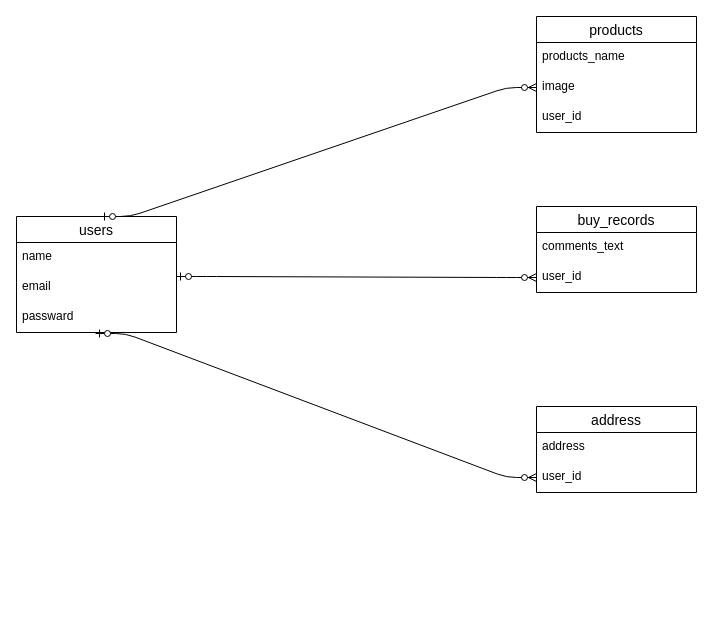
The draw.io diagram er.dio in yumetokibou/furima-33370, before the edit. Source tidied: cells renumbered, new cells numbered last; positions are measured from the earlier drawing's top-left corner, leaving out a move shared by most shapes. Both pictures are drawn from the tidied source at 100%, with x=0, y=0 at pixel (16, 16).
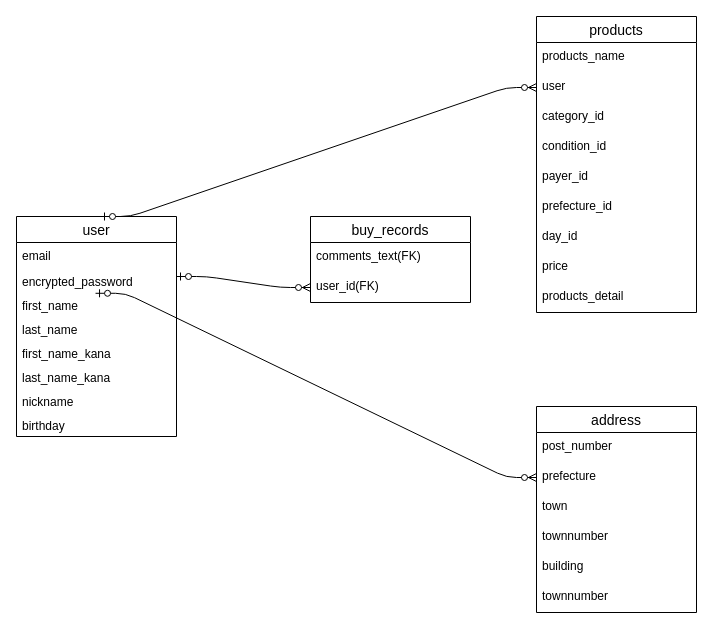
Above is the later version.

Change to the diagram source:
```diff
@@
-    <mxCell id="2" value="users" style="swimlane;fontStyle=0;horizontal=1;startSize=26;align=center;fontSize=14;" parent="1" vertex="1">
-      <mxGeometry y="200" width="160" height="116" as="geometry" />
+    <mxCell id="2" value="user" style="swimlane;fontStyle=0;horizontal=1;startSize=26;align=center;fontSize=14;" parent="1" vertex="1">
+      <mxGeometry y="200" width="160" height="220" as="geometry" />
     </mxCell>
-    <mxCell id="3" value="name" style="text;strokeColor=none;fillColor=none;spacingLeft=4;spacingRight=4;overflow=hidden;fontSize=12;" parent="2" vertex="1">
-      <mxGeometry y="26" width="160" height="30" as="geometry" />
-    </mxCell>
     <mxCell id="4" value="email" style="text;strokeColor=none;fillColor=none;spacingLeft=4;spacingRight=4;overflow=hidden;fontSize=12;" parent="2" vertex="1">
-      <mxGeometry y="56" width="160" height="30" as="geometry" />
+      <mxGeometry y="26" width="160" height="26" as="geometry" />
     </mxCell>
-    <mxCell id="5" value="passward" style="text;strokeColor=none;fillColor=none;spacingLeft=4;spacingRight=4;overflow=hidden;points=[[0,0.5],[1,0.5]];portConstraint=eastwest;fontSize=12;" parent="2" vertex="1">
-      <mxGeometry y="86" width="160" height="30" as="geometry" />
+    <mxCell id="5" value="encrypted_password" style="text;strokeColor=none;fillColor=none;spacingLeft=4;spacingRight=4;overflow=hidden;points=[[0,0.5],[1,0.5]];portConstraint=eastwest;fontSize=12;" parent="2" vertex="1">
+      <mxGeometry y="52" width="160" height="24" as="geometry" />
     </mxCell>
+    <mxCell id="19" value="first_name" style="text;strokeColor=none;fillColor=none;spacingLeft=4;spacingRight=4;overflow=hidden;fontSize=12;" parent="2" vertex="1">
+      <mxGeometry y="76" width="160" height="24" as="geometry" />
+    </mxCell>
+    <mxCell id="20" value="last_name " style="text;strokeColor=none;fillColor=none;spacingLeft=4;spacingRight=4;overflow=hidden;fontSize=12;" parent="2" vertex="1">
+      <mxGeometry y="100" width="160" height="24" as="geometry" />
+    </mxCell>
+    <mxCell id="21" value="first_name_kana" style="text;strokeColor=none;fillColor=none;spacingLeft=4;spacingRight=4;overflow=hidden;fontSize=12;" parent="2" vertex="1">
+      <mxGeometry y="124" width="160" height="24" as="geometry" />
+    </mxCell>
+    <mxCell id="22" value="last_name_kana" style="text;strokeColor=none;fillColor=none;spacingLeft=4;spacingRight=4;overflow=hidden;fontSize=12;" parent="2" vertex="1">
+      <mxGeometry y="148" width="160" height="24" as="geometry" />
+    </mxCell>
+    <mxCell id="23" value="nickname" style="text;strokeColor=none;fillColor=none;spacingLeft=4;spacingRight=4;overflow=hidden;fontSize=12;" parent="2" vertex="1">
+      <mxGeometry y="172" width="160" height="24" as="geometry" />
+    </mxCell>
+    <mxCell id="24" value="birthday" style="text;strokeColor=none;fillColor=none;spacingLeft=4;spacingRight=4;overflow=hidden;fontSize=12;" parent="2" vertex="1">
+      <mxGeometry y="196" width="160" height="24" as="geometry" />
+    </mxCell>
     <mxCell id="6" value="products" style="swimlane;fontStyle=0;horizontal=1;startSize=26;align=center;fontSize=14;" parent="1" vertex="1">
-      <mxGeometry x="520" width="160" height="116" as="geometry" />
+      <mxGeometry x="520" width="160" height="296" as="geometry" />
     </mxCell>
@@
-    <mxCell id="8" value="image" style="text;strokeColor=none;fillColor=none;spacingLeft=4;spacingRight=4;overflow=hidden;fontSize=12;" parent="6" vertex="1">
+    <mxCell id="8" value="user" style="text;strokeColor=none;fillColor=none;spacingLeft=4;spacingRight=4;overflow=hidden;fontSize=12;" parent="6" vertex="1">
       <mxGeometry y="56" width="160" height="30" as="geometry" />
     </mxCell>
-    <mxCell id="9" value="user_id" style="text;strokeColor=none;fillColor=none;spacingLeft=4;spacingRight=4;overflow=hidden;fontSize=12;" parent="6" vertex="1">
-      <mxGeometry y="86" width="160" height="30" as="geometry" />
-    </mxCell>
+    <mxCell id="25" value="category_id " style="text;strokeColor=none;fillColor=none;spacingLeft=4;spacingRight=4;overflow=hidden;fontSize=12;" parent="6" vertex="1">
+      <mxGeometry y="86" width="160" height="30" as="geometry" />
+    </mxCell>
+    <mxCell id="26" value="condition_id" style="text;strokeColor=none;fillColor=none;spacingLeft=4;spacingRight=4;overflow=hidden;fontSize=12;" parent="6" vertex="1">
+      <mxGeometry y="116" width="160" height="30" as="geometry" />
+    </mxCell>
+    <mxCell id="27" value="payer_id" style="text;strokeColor=none;fillColor=none;spacingLeft=4;spacingRight=4;overflow=hidden;fontSize=12;" parent="6" vertex="1">
+      <mxGeometry y="146" width="160" height="30" as="geometry" />
+    </mxCell>
+    <mxCell id="28" value="prefecture_id" style="text;strokeColor=none;fillColor=none;spacingLeft=4;spacingRight=4;overflow=hidden;fontSize=12;" parent="6" vertex="1">
+      <mxGeometry y="176" width="160" height="30" as="geometry" />
+    </mxCell>
+    <mxCell id="29" value="day_id " style="text;strokeColor=none;fillColor=none;spacingLeft=4;spacingRight=4;overflow=hidden;fontSize=12;" parent="6" vertex="1">
+      <mxGeometry y="206" width="160" height="30" as="geometry" />
+    </mxCell>
+    <mxCell id="30" value="price" style="text;strokeColor=none;fillColor=none;spacingLeft=4;spacingRight=4;overflow=hidden;fontSize=12;" parent="6" vertex="1">
+      <mxGeometry y="236" width="160" height="30" as="geometry" />
+    </mxCell>
+    <mxCell id="31" value="products_detail" style="text;strokeColor=none;fillColor=none;spacingLeft=4;spacingRight=4;overflow=hidden;fontSize=12;" parent="6" vertex="1">
+      <mxGeometry y="266" width="160" height="30" as="geometry" />
+    </mxCell>
     <mxCell id="10" value="buy_records" style="swimlane;fontStyle=0;horizontal=1;startSize=26;align=center;fontSize=14;" parent="1" vertex="1">
-      <mxGeometry x="520" y="190" width="160" height="86" as="geometry" />
+      <mxGeometry x="294" y="200" width="160" height="86" as="geometry" />
     </mxCell>
-    <mxCell id="11" value="comments_text" style="text;strokeColor=none;fillColor=none;spacingLeft=4;spacingRight=4;overflow=hidden;fontSize=12;" parent="10" vertex="1">
+    <mxCell id="11" value="comments_text(FK)" style="text;strokeColor=none;fillColor=none;spacingLeft=4;spacingRight=4;overflow=hidden;fontSize=12;" parent="10" vertex="1">
       <mxGeometry y="26" width="160" height="30" as="geometry" />
     </mxCell>
-    <mxCell id="12" value="user_id" style="text;strokeColor=none;fillColor=none;spacingLeft=4;spacingRight=4;overflow=hidden;points=[[0,0.5],[1,0.5]];portConstraint=eastwest;fontSize=12;" parent="10" vertex="1">
+    <mxCell id="12" value="user_id(FK)" style="text;strokeColor=none;fillColor=none;spacingLeft=4;spacingRight=4;overflow=hidden;points=[[0,0.5],[1,0.5]];portConstraint=eastwest;fontSize=12;" parent="10" vertex="1">
       <mxGeometry y="56" width="160" height="30" as="geometry" />
     </mxCell>
     <mxCell id="13" value="address" style="swimlane;fontStyle=0;horizontal=1;startSize=26;align=center;fontSize=14;" parent="1" vertex="1">
-      <mxGeometry x="520" y="390" width="160" height="86" as="geometry" />
+      <mxGeometry x="520" y="390" width="160" height="206" as="geometry" />
     </mxCell>
-    <mxCell id="14" value="address" style="text;strokeColor=none;fillColor=none;spacingLeft=4;spacingRight=4;overflow=hidden;fontSize=12;" parent="13" vertex="1">
+    <mxCell id="14" value="post_number" style="text;strokeColor=none;fillColor=none;spacingLeft=4;spacingRight=4;overflow=hidden;fontSize=12;" parent="13" vertex="1">
       <mxGeometry y="26" width="160" height="30" as="geometry" />
     </mxCell>
-    <mxCell id="15" value="user_id" style="text;strokeColor=none;fillColor=none;spacingLeft=4;spacingRight=4;overflow=hidden;points=[[0,0.5],[1,0.5]];portConstraint=eastwest;fontSize=12;" parent="13" vertex="1">
+    <mxCell id="15" value="prefecture" style="text;strokeColor=none;fillColor=none;spacingLeft=4;spacingRight=4;overflow=hidden;points=[[0,0.5],[1,0.5]];portConstraint=eastwest;fontSize=12;" parent="13" vertex="1">
       <mxGeometry y="56" width="160" height="30" as="geometry" />
     </mxCell>
+    <mxCell id="32" value="town" style="text;strokeColor=none;fillColor=none;spacingLeft=4;spacingRight=4;overflow=hidden;fontSize=12;" parent="13" vertex="1">
+      <mxGeometry y="86" width="160" height="30" as="geometry" />
+    </mxCell>
+    <mxCell id="33" value="townnumber" style="text;strokeColor=none;fillColor=none;spacingLeft=4;spacingRight=4;overflow=hidden;fontSize=12;" parent="13" vertex="1">
+      <mxGeometry y="116" width="160" height="30" as="geometry" />
+    </mxCell>
+    <mxCell id="34" value="building" style="text;strokeColor=none;fillColor=none;spacingLeft=4;spacingRight=4;overflow=hidden;fontSize=12;" parent="13" vertex="1">
+      <mxGeometry y="146" width="160" height="30" as="geometry" />
+    </mxCell>
+    <mxCell id="35" value="townnumber" style="text;strokeColor=none;fillColor=none;spacingLeft=4;spacingRight=4;overflow=hidden;fontSize=12;" parent="13" vertex="1">
+      <mxGeometry y="176" width="160" height="30" as="geometry" />
+    </mxCell>
```
